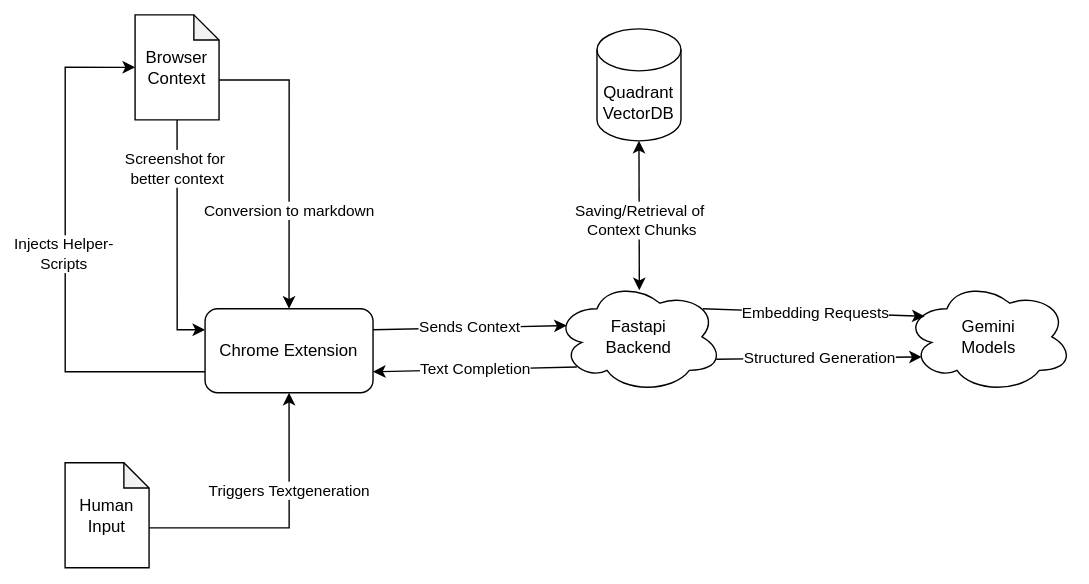
This is Mouse_Diagram.svg from flerovium11/Mouse, a draw.io export, as it was before one commit. Source tidied: cells renumbered, new cells last; positions are measured from the earlier drawing's top-left corner, leaving out a move shared by most shapes.
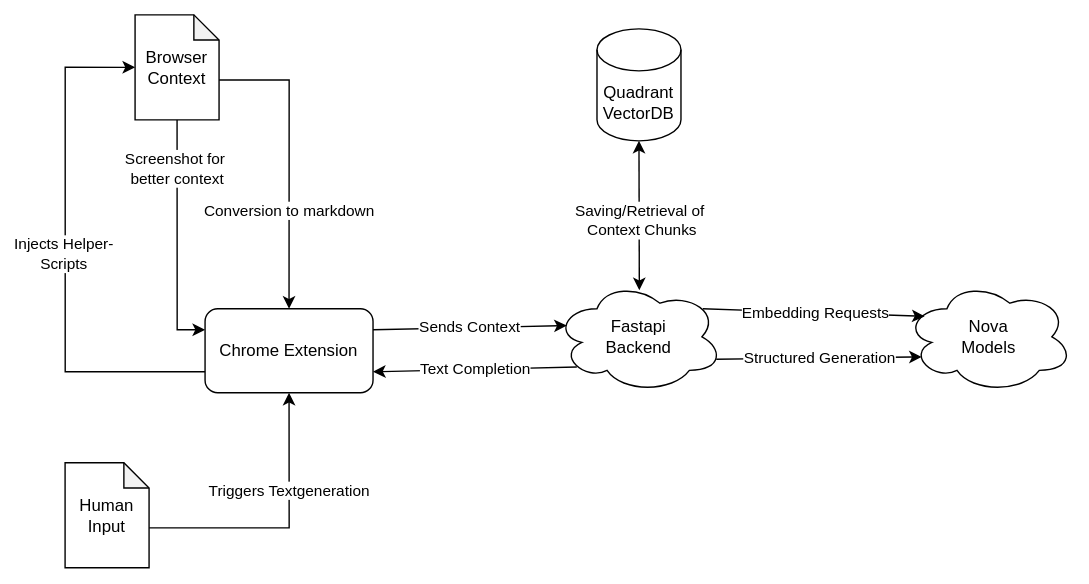
The same diagram one commit later.

Commit message:
include updated diagram in readme

Diff of the diagram source:
```diff
@@ -5,7 +5,7 @@
     <mxCell id="2" value="Fastapi &lt;br&gt;Backend" style="ellipse;shape=cloud;whiteSpace=wrap;html=1;" parent="1" vertex="1">
       <mxGeometry x="350" y="190" width="120" height="80" as="geometry" />
     </mxCell>
-    <mxCell id="3" value="Gemini&lt;div&gt;Models&lt;/div&gt;" style="ellipse;shape=cloud;whiteSpace=wrap;html=1;" parent="1" vertex="1">
+    <mxCell id="3" value="Nova&lt;div&gt;Models&lt;/div&gt;" style="ellipse;shape=cloud;whiteSpace=wrap;html=1;" parent="1" vertex="1">
       <mxGeometry x="600" y="190" width="120" height="80" as="geometry" />
     </mxCell>
     <mxCell id="4" value="Quadrant&lt;div&gt;VectorDB&lt;/div&gt;" style="shape=cylinder3;whiteSpace=wrap;html=1;boundedLbl=1;backgroundOutline=1;size=15;" parent="1" vertex="1">
```
